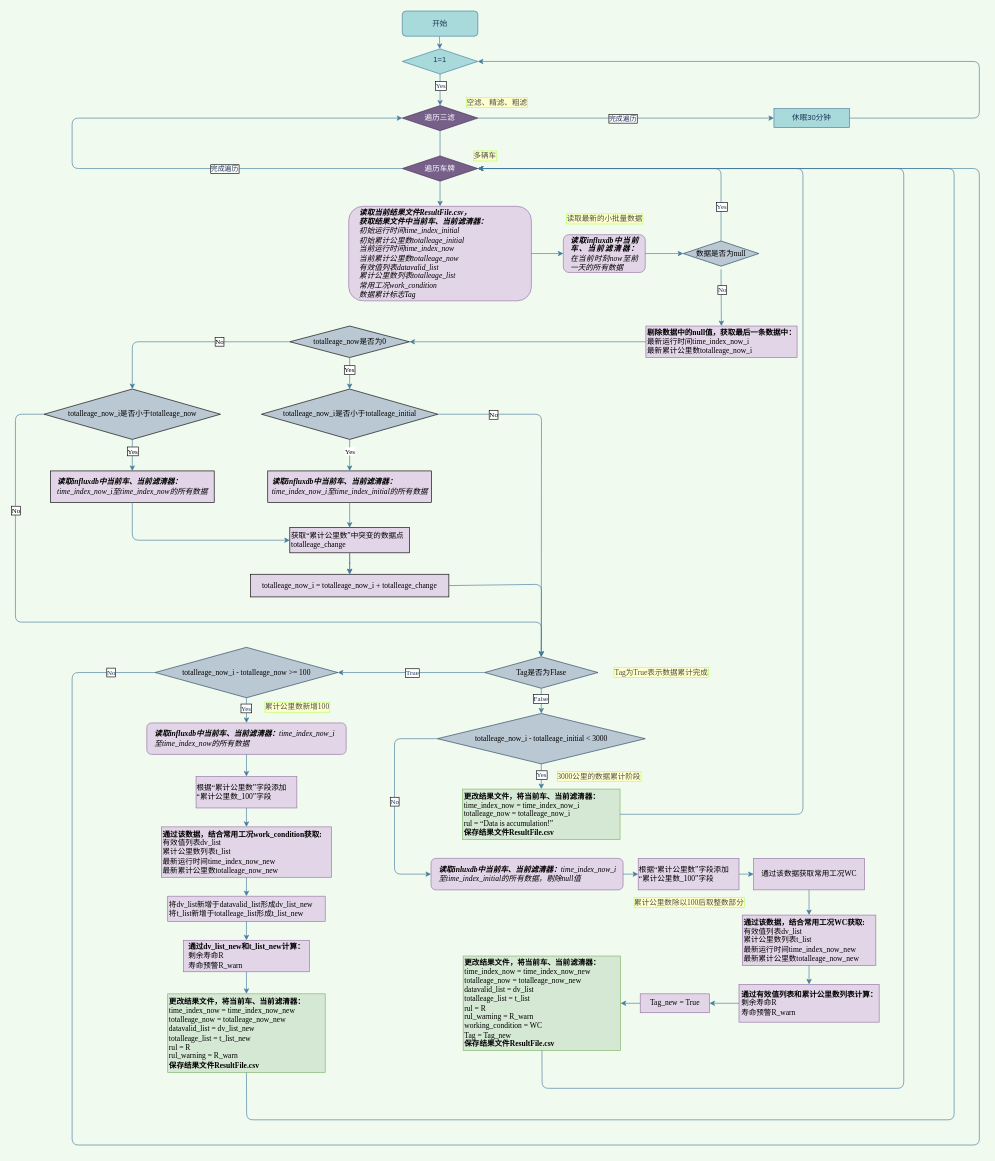
Earlier version of the draw.io diagram draw/算法流程v2.0.drawio (wangwuhua11/draw). Source tidied: cells renumbered, new cells numbered last; positions are measured from the earlier drawing's top-left corner, leaving out a move shared by most shapes. Both pictures are drawn from the tidied source at 63%, with x=0, y=0 at pixel (15, 11).
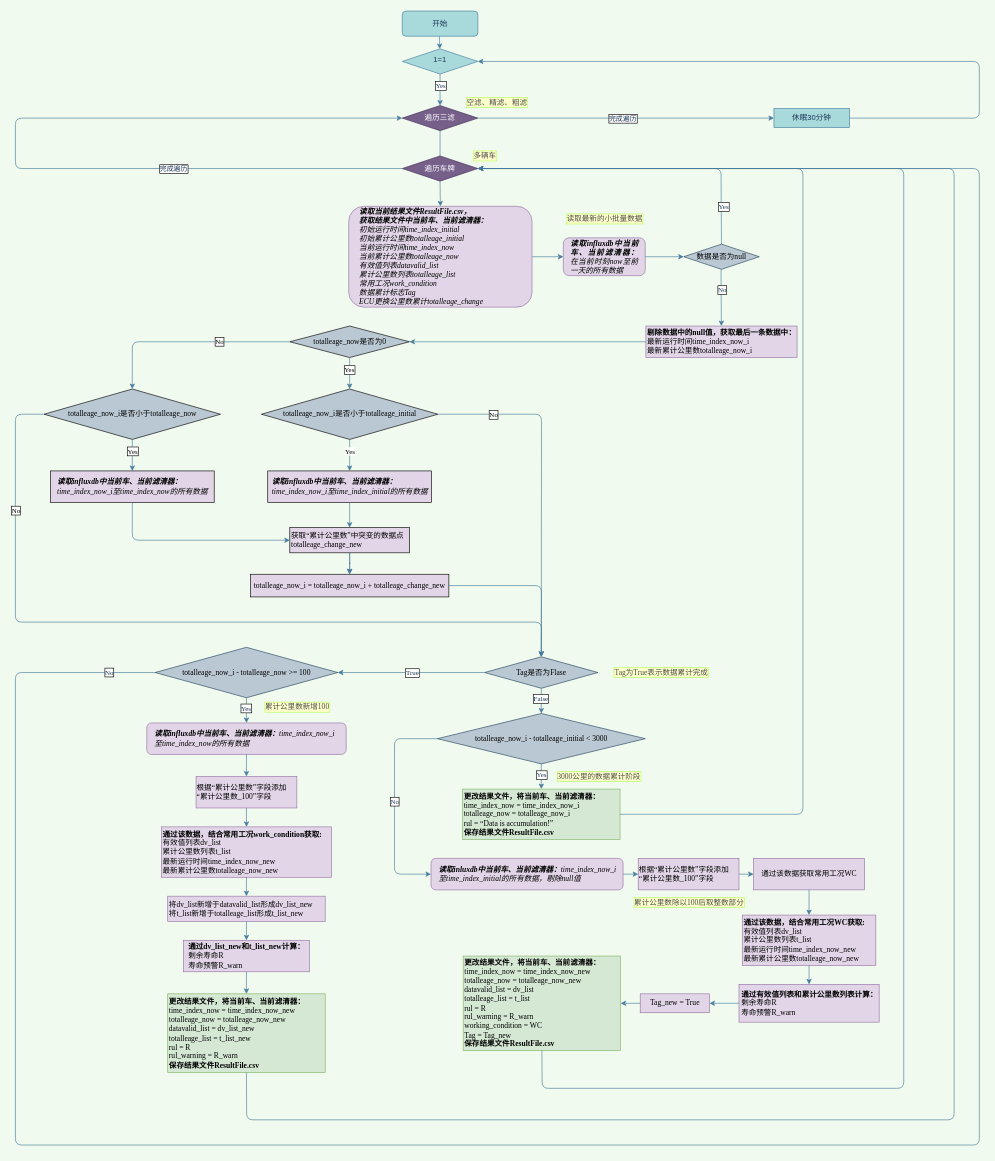
The same page after the edit.

Commit message (it also covers changes not shown here):
更新算法流程v2.0.drawio

Unchanged cells that the change refers to:
```xml
<mxCell id="6" value="遍历三滤" style="rhombus;whiteSpace=wrap;html=1;rounded=0;sketch=0;fontColor=#ffffff;strokeColor=#432D57;fillColor=#76608a;" parent="1" vertex="1">
  <mxGeometry x="614" y="150" width="120" height="40" as="geometry" />
</mxCell>
<mxCell id="10" value="遍历车牌" style="rhombus;whiteSpace=wrap;html=1;rounded=0;labelBackgroundColor=none;sketch=0;fontColor=#ffffff;strokeColor=#432D57;fillColor=#76608a;" parent="1" vertex="1">
  <mxGeometry x="614" y="230" width="120" height="40" as="geometry" />
</mxCell>
<mxCell id="23" value="Tag是否为Flase" style="rhombus;whiteSpace=wrap;html=1;rounded=0;labelBackgroundColor=none;labelBorderColor=none;sketch=0;strokeColor=#23445d;fillColor=#bac8d3;fontFamily=Times New Roman;" parent="1" vertex="1">
  <mxGeometry x="744.7" y="1025" width="180" height="50" as="geometry" />
</mxCell>
<mxCell id="47" value="&lt;font face=&quot;Times New Roman&quot;&gt;totalleage_now_i &lt;/font&gt;-&lt;font face=&quot;Times New Roman&quot;&gt; totalleage_now&lt;/font&gt; &amp;gt;= 100" style="rhombus;whiteSpace=wrap;html=1;rounded=0;labelBackgroundColor=none;labelBorderColor=none;sketch=0;fontFamily=Times New Roman;strokeColor=#23445d;fillColor=#bac8d3;" parent="1" vertex="1">
  <mxGeometry x="221.7" y="1010" width="290" height="80" as="geometry" />
</mxCell>
```

The edit, as a diff of the source:
```diff
@@
     <mxCell id="13" value="&lt;div align=&quot;justify&quot;&gt;&lt;b&gt;读取influxdb中当前车、当前滤清器：&lt;/b&gt;在当前时刻now至前一天的所有数据&lt;/div&gt;" style="rounded=1;whiteSpace=wrap;html=1;labelBackgroundColor=none;sketch=0;strokeColor=#9673a6;fillColor=#e1d5e7;fontFamily=Times New Roman;glass=0;shadow=0;fontStyle=2;spacingLeft=10;spacingRight=10;" parent="1" vertex="1">
-      <mxGeometry x="869.7" y="355" width="130" height="60" as="geometry" />
+      <mxGeometry x="869.7" y="360" width="130" height="60" as="geometry" />
     </mxCell>
     <mxCell id="14" value="数据是否为null" style="rhombus;whiteSpace=wrap;html=1;rounded=0;labelBackgroundColor=none;sketch=0;strokeColor=#23445d;fillColor=#bac8d3;fontFamily=Times New Roman;" parent="1" vertex="1">
-      <mxGeometry x="1060" y="365" width="120" height="40" as="geometry" />
+      <mxGeometry x="1060.7" y="370" width="120" height="40" as="geometry" />
     </mxCell>
@@
-    <mxCell id="19" value="&lt;div align=&quot;left&quot;&gt;&lt;b&gt;读取当前结果文件ResultFile.csv，&lt;/b&gt;&lt;/div&gt;&lt;div align=&quot;left&quot;&gt;&lt;b&gt;获取结果文件中当前车、当前滤清器：&lt;/b&gt;&lt;/div&gt;&lt;div align=&quot;left&quot;&gt;初始运行时间time_index_initial&lt;/div&gt;&lt;div align=&quot;left&quot;&gt;初始累计公里数totalleage_initial&lt;/div&gt;&lt;div align=&quot;left&quot;&gt;当前运行时间time_index_now&lt;br&gt;&lt;/div&gt;&lt;div align=&quot;left&quot;&gt;当前累计公里数totalleage_now&lt;/div&gt;&lt;div align=&quot;left&quot;&gt;有效值列表datavalid_list&lt;/div&gt;&lt;div align=&quot;left&quot;&gt;累计公里数列表totalleage_list&lt;/div&gt;&lt;div align=&quot;left&quot;&gt;常用工况work_condition&lt;/div&gt;&lt;div align=&quot;left&quot;&gt;数据累计标志Tag&lt;/div&gt;" style="rounded=1;whiteSpace=wrap;html=1;labelBackgroundColor=none;sketch=0;strokeColor=#9673a6;fillColor=#e1d5e7;align=left;fontFamily=Times New Roman;fontStyle=2;spacingLeft=15;" parent="1" vertex="1">
-      <mxGeometry x="529" y="310" width="290" height="150" as="geometry" />
+    <mxCell id="19" value="&lt;div align=&quot;left&quot;&gt;&lt;b&gt;读取当前结果文件ResultFile.csv，&lt;/b&gt;&lt;/div&gt;&lt;div align=&quot;left&quot;&gt;&lt;b&gt;获取结果文件中当前车、当前滤清器：&lt;/b&gt;&lt;/div&gt;&lt;div align=&quot;left&quot;&gt;初始运行时间time_index_initial&lt;/div&gt;&lt;div align=&quot;left&quot;&gt;初始累计公里数totalleage_initial&lt;/div&gt;&lt;div align=&quot;left&quot;&gt;当前运行时间time_index_now&lt;br&gt;&lt;/div&gt;&lt;div align=&quot;left&quot;&gt;当前累计公里数totalleage_now&lt;/div&gt;&lt;div align=&quot;left&quot;&gt;有效值列表datavalid_list&lt;/div&gt;&lt;div align=&quot;left&quot;&gt;累计公里数列表totalleage_list&lt;/div&gt;&lt;div align=&quot;left&quot;&gt;常用工况work_condition&lt;/div&gt;&lt;div align=&quot;left&quot;&gt;数据累计标志Tag&lt;/div&gt;&lt;div align=&quot;left&quot;&gt;ECU更换公里数累计totalleage_change&lt;br&gt;&lt;/div&gt;" style="rounded=1;whiteSpace=wrap;html=1;labelBackgroundColor=none;sketch=0;strokeColor=#9673a6;fillColor=#e1d5e7;align=left;fontFamily=Times New Roman;fontStyle=2;spacingLeft=15;" parent="1" vertex="1">
+      <mxGeometry x="529" y="310" width="291" height="160" as="geometry" />
     </mxCell>
@@
     <mxCell id="45" style="endArrow=classic;html=1;rounded=1;labelBackgroundColor=none;sketch=0;fontFamily=Times New Roman;fontColor=#1D3557;strokeColor=#457B9D;fillColor=#A8DADC;curved=0;exitX=0;exitY=0.5;exitDx=0;exitDy=0;entryX=0;entryY=0.5;entryDx=0;entryDy=0;" parent="1" edge="1" source="10" target="6">
       <mxGeometry relative="1" as="geometry">
         <Array as="points">
-          <mxPoint x="90" y="250" />
-          <mxPoint x="90" y="170" />
+          <mxPoint y="250" />
+          <mxPoint y="170" />
         </Array>
       </mxGeometry>
     </mxCell>
@@
     <mxCell id="67" style="endArrow=classic;html=1;rounded=1;labelBackgroundColor=none;sketch=0;fontFamily=Times New Roman;fontColor=#1D3557;strokeColor=#457B9D;fillColor=#A8DADC;curved=0;exitX=0;exitY=0.5;exitDx=0;exitDy=0;entryX=1;entryY=0.5;entryDx=0;entryDy=0;" parent="1" edge="1" source="47" target="10">
       <mxGeometry relative="1" as="geometry">
         <Array as="points">
-          <mxPoint x="90" y="1050" />
-          <mxPoint x="90" y="1800" />
+          <mxPoint y="1050" />
+          <mxPoint y="1800" />
           <mxPoint x="1530" y="1800" />
           <mxPoint x="1530" y="250" />
         </Array>
       </mxGeometry>
     </mxCell>
@@
-    <mxCell id="84" value="获取“累计公里数”中突变的数据点totalleage_change" style="rounded=0;whiteSpace=wrap;html=1;fontFamily=Times New Roman;align=left;fillColor=#E1D5E7;" parent="1" vertex="1">
+    <mxCell id="84" value="获取“累计公里数”中突变的数据点totalleage_change_new" style="rounded=0;whiteSpace=wrap;html=1;fontFamily=Times New Roman;align=left;fillColor=#E1D5E7;" parent="1" vertex="1">
       <mxGeometry x="435.5" y="820" width="190" height="40" as="geometry" />
     </mxCell>
@@
-    <mxCell id="93" value="&lt;font face=&quot;Times New Roman&quot;&gt;totalleage_now_i = &lt;/font&gt;&lt;font face=&quot;Times New Roman&quot;&gt;totalleage_now_i + &lt;/font&gt;totalleage_change&lt;font face=&quot;Times New Roman&quot;&gt;&lt;/font&gt;" style="rounded=0;whiteSpace=wrap;html=1;fontFamily=Times New Roman;fillColor=#E1D5E7;" parent="1" vertex="1">
+    <mxCell id="93" value="&lt;font face=&quot;Times New Roman&quot;&gt;totalleage_now_i = &lt;/font&gt;&lt;font face=&quot;Times New Roman&quot;&gt;totalleage_now_i + &lt;/font&gt;totalleage_change_new&lt;font face=&quot;Times New Roman&quot;&gt;&lt;/font&gt;" style="rounded=0;whiteSpace=wrap;html=1;fontFamily=Times New Roman;fillColor=#E1D5E7;" parent="1" vertex="1">
       <mxGeometry x="373" y="894" width="315" height="36" as="geometry" />
     </mxCell>
@@
     <mxCell id="96" style="endArrow=classic;html=1;rounded=1;fontFamily=Times New Roman;exitX=1;exitY=0.5;exitDx=0;exitDy=0;entryX=0.5;entryY=0;entryDx=0;entryDy=0;strokeColor=#457B9D;" parent="1" edge="1" source="93" target="23">
       <mxGeometry relative="1" as="geometry">
         <Array as="points">
-          <mxPoint x="835" y="910" />
+          <mxPoint x="835" y="912" />
         </Array>
       </mxGeometry>
     </mxCell>
```
